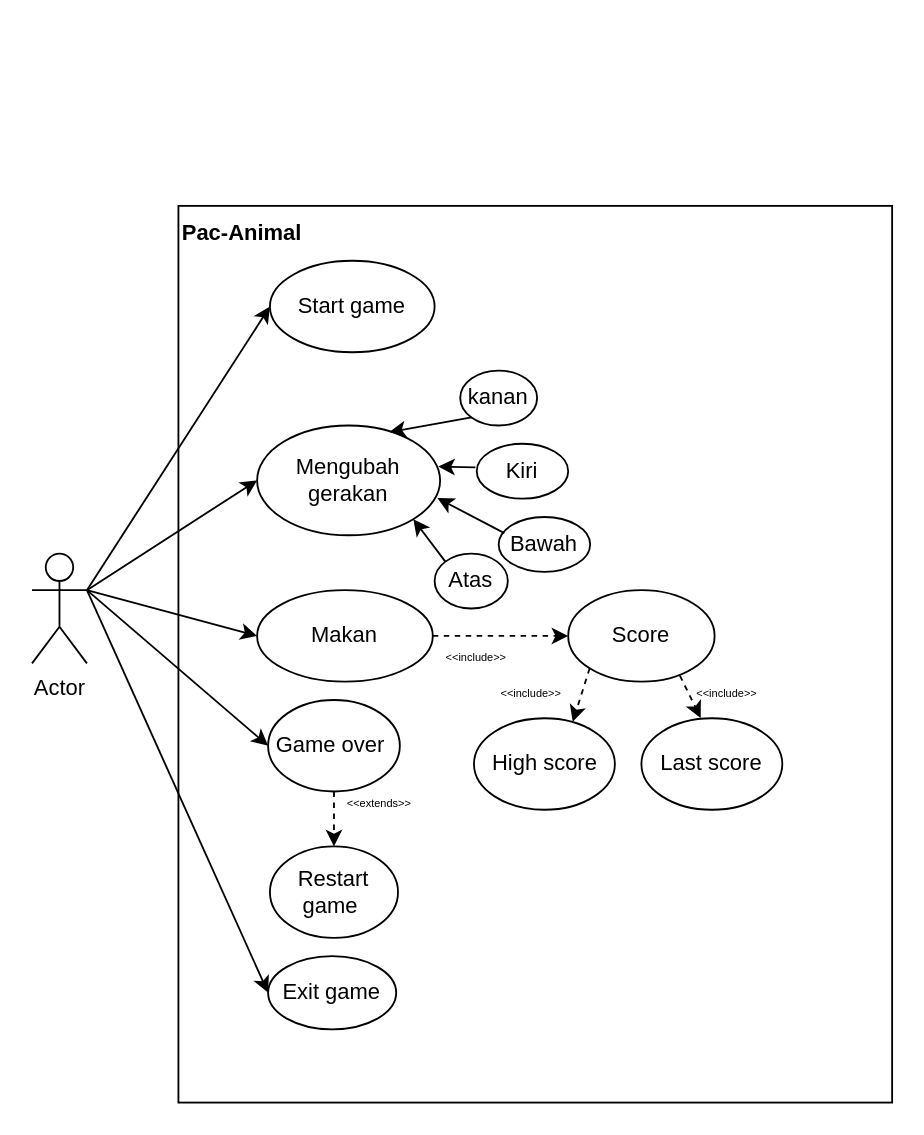
The draw.io diagram page "Halaman-2" (2 of 3) of Diagram Tanpa Judul.drawio in NesyaAllysaPutri/pacbeast1, before the edit. Source tidied: cells renumbered, new cells numbered last; positions are measured from the earlier drawing's top-left corner, leaving out a move shared by most shapes. Both pictures are drawn from the tidied source at 183%, with x=0, y=0 at pixel (31, 205).
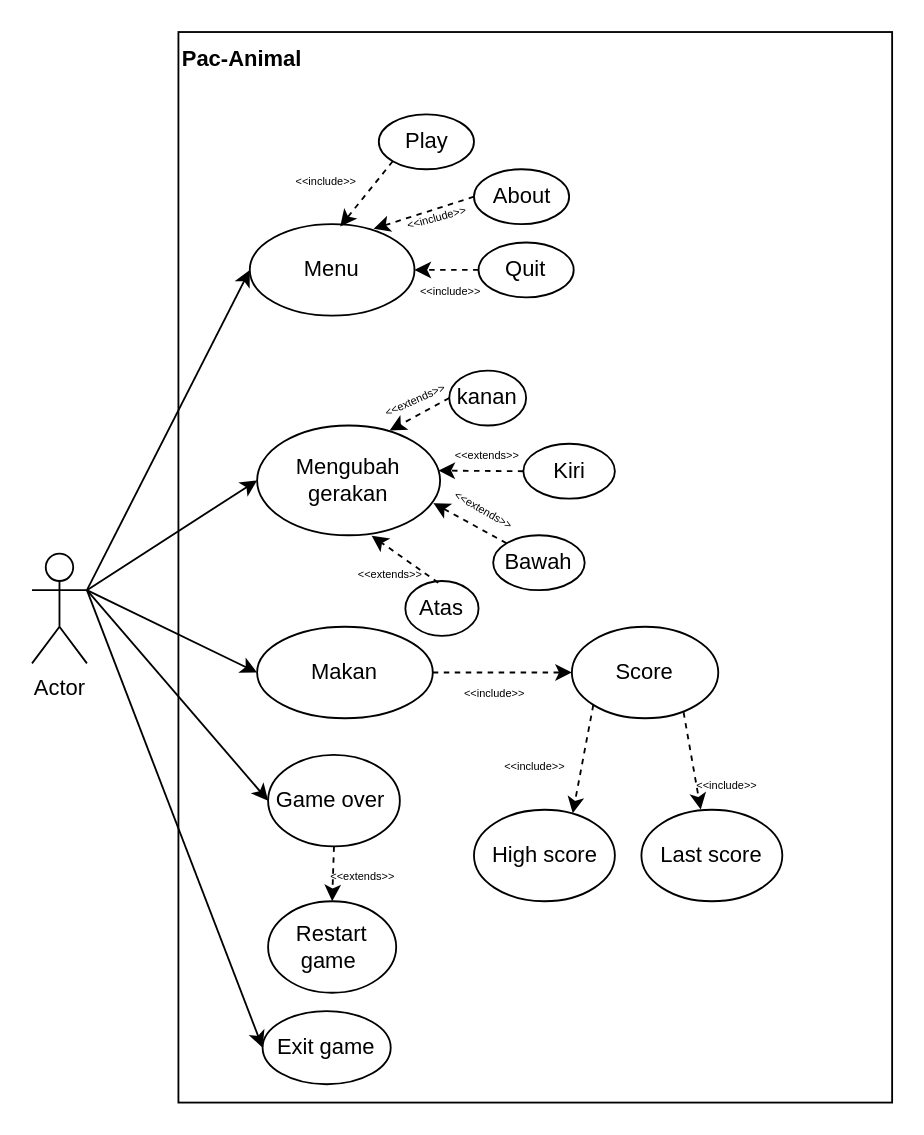
Above is the later version.

Unchanged cells that the change refers to:
```xml
<mxCell id="3" value="Actor" style="shape=umlActor;verticalLabelPosition=bottom;verticalAlign=top;html=1;outlineConnect=0;" parent="1" vertex="1">
  <mxGeometry y="190" width="30" height="60" as="geometry" />
</mxCell>
<mxCell id="7" value="Mengubah gerakan" style="ellipse;whiteSpace=wrap;html=1;" parent="1" vertex="1">
  <mxGeometry x="123" y="120" width="100" height="60" as="geometry" />
</mxCell>
```

Diff of the diagram source:
```diff
@@
     <mxCell id="2" style="rounded=0;whiteSpace=wrap;html=1;" parent="1" vertex="1">
-      <mxGeometry x="80" width="390" height="490" as="geometry" />
+      <mxGeometry x="80" y="-95" width="390" height="585" as="geometry" />
     </mxCell>
@@
     <mxCell id="4" value="kanan" style="ellipse;whiteSpace=wrap;html=1;" parent="1" vertex="1">
-      <mxGeometry x="234" y="90" width="42" height="30" as="geometry" />
+      <mxGeometry x="228" y="90" width="42" height="30" as="geometry" />
     </mxCell>
     <mxCell id="5" value="Makan" style="ellipse;whiteSpace=wrap;html=1;" parent="1" vertex="1">
-      <mxGeometry x="123" y="210" width="96" height="50" as="geometry" />
+      <mxGeometry x="123" y="230" width="96" height="50" as="geometry" />
     </mxCell>
     <mxCell id="6" value="Restart game&amp;nbsp;" style="ellipse;whiteSpace=wrap;html=1;" parent="1" vertex="1">
-      <mxGeometry x="130" y="350" width="70" height="50" as="geometry" />
+      <mxGeometry x="129" y="380" width="70" height="50" as="geometry" />
     </mxCell>
@@
-    <mxCell id="8" value="Start game" style="ellipse;whiteSpace=wrap;html=1;" parent="1" vertex="1">
-      <mxGeometry x="130" y="30" width="90" height="50" as="geometry" />
-    </mxCell>
     <mxCell id="9" value="&lt;div&gt;&lt;span style=&quot;background-color: initial;&quot;&gt;Score&lt;/span&gt;&lt;br&gt;&lt;/div&gt;" style="ellipse;whiteSpace=wrap;html=1;" parent="1" vertex="1">
-      <mxGeometry x="293" y="210" width="80" height="50" as="geometry" />
+      <mxGeometry x="295" y="230" width="80" height="50" as="geometry" />
     </mxCell>
     <mxCell id="10" value="Atas" style="ellipse;whiteSpace=wrap;html=1;" parent="1" vertex="1">
-      <mxGeometry x="220" y="190" width="40" height="30" as="geometry" />
+      <mxGeometry x="204" y="205" width="40" height="30" as="geometry" />
     </mxCell>
     <mxCell id="11" value="Bawah" style="ellipse;whiteSpace=wrap;html=1;" parent="1" vertex="1">
-      <mxGeometry x="255" y="170" width="50" height="30" as="geometry" />
+      <mxGeometry x="252" y="180" width="50" height="30" as="geometry" />
     </mxCell>
     <mxCell id="12" value="Kiri" style="ellipse;whiteSpace=wrap;html=1;" parent="1" vertex="1">
-      <mxGeometry x="243" y="130" width="50" height="30" as="geometry" />
+      <mxGeometry x="268.5" y="130" width="50" height="30" as="geometry" />
     </mxCell>
-    <mxCell id="13" style="endArrow=classic;html=1;rounded=0;entryX=0.722;entryY=0.06;entryDx=0;entryDy=0;entryPerimeter=0;exitX=0;exitY=1;exitDx=0;exitDy=0;" parent="1" edge="1" source="4" target="7">
-      <mxGeometry relative="1" as="geometry" />
-    </mxCell>
-    <mxCell id="14" style="endArrow=classic;html=1;rounded=0;entryX=0.99;entryY=0.374;entryDx=0;entryDy=0;entryPerimeter=0;exitX=-0.014;exitY=0.431;exitDx=0;exitDy=0;exitPerimeter=0;" parent="1" edge="1" source="12" target="7">
-      <mxGeometry relative="1" as="geometry" />
-    </mxCell>
-    <mxCell id="15" style="endArrow=classic;html=1;rounded=0;entryX=0.985;entryY=0.661;entryDx=0;entryDy=0;entryPerimeter=0;exitX=0.062;exitY=0.294;exitDx=0;exitDy=0;exitPerimeter=0;" parent="1" edge="1" source="11" target="7">
-      <mxGeometry relative="1" as="geometry" />
-    </mxCell>
-    <mxCell id="16" style="endArrow=classic;html=1;rounded=0;entryX=1;entryY=1;entryDx=0;entryDy=0;exitX=0;exitY=0;exitDx=0;exitDy=0;" parent="1" edge="1" source="10" target="7">
-      <mxGeometry relative="1" as="geometry" />
-    </mxCell>
@@
-    <mxCell id="18" style="endArrow=classic;html=1;rounded=0;entryX=0;entryY=0.5;entryDx=0;entryDy=0;exitX=1;exitY=0.3333333333333333;exitDx=0;exitDy=0;exitPerimeter=0;" parent="1" edge="1" source="3" target="8">
-      <mxGeometry relative="1" as="geometry" />
-    </mxCell>
     <mxCell id="19" value="Exit game" style="ellipse;whiteSpace=wrap;html=1;" parent="1" vertex="1">
-      <mxGeometry x="129" y="410" width="70" height="40" as="geometry" />
+      <mxGeometry x="126" y="440" width="70" height="40" as="geometry" />
     </mxCell>
@@
     <mxCell id="23" value="&lt;font style=&quot;font-size: 6px;&quot;&gt;&amp;lt;&amp;lt;include&amp;gt;&amp;gt;&lt;/font&gt;" style="text;html=1;align=center;verticalAlign=middle;whiteSpace=wrap;rounded=0;" parent="1" vertex="1">
-      <mxGeometry x="223" y="240" width="40" height="10" as="geometry" />
+      <mxGeometry x="233" y="260" width="40" height="10" as="geometry" />
     </mxCell>
     <mxCell id="24" value="Game over&amp;nbsp;" style="ellipse;whiteSpace=wrap;html=1;" parent="1" vertex="1">
-      <mxGeometry x="129" y="270" width="72" height="50" as="geometry" />
+      <mxGeometry x="129" y="300" width="72" height="50" as="geometry" />
     </mxCell>
@@
     <mxCell id="26" value="&lt;b&gt;Pac-Animal&lt;/b&gt;" style="text;html=1;align=center;verticalAlign=middle;whiteSpace=wrap;rounded=0;" parent="1" vertex="1">
-      <mxGeometry x="80" width="70" height="30" as="geometry" />
+      <mxGeometry x="80" y="-95" width="70" height="30" as="geometry" />
     </mxCell>
     <mxCell id="27" value="High score" style="ellipse;whiteSpace=wrap;html=1;" parent="1" vertex="1">
-      <mxGeometry x="241.5" y="280" width="77" height="50" as="geometry" />
+      <mxGeometry x="241.5" y="330" width="77" height="50" as="geometry" />
     </mxCell>
@@
     <mxCell id="29" value="&lt;font style=&quot;font-size: 6px;&quot;&gt;&amp;lt;&amp;lt;include&amp;gt;&amp;gt;&lt;/font&gt;" style="text;html=1;align=center;verticalAlign=middle;whiteSpace=wrap;rounded=0;" parent="1" vertex="1">
-      <mxGeometry x="360" y="260" width="40" height="10" as="geometry" />
+      <mxGeometry x="360" y="310" width="40" height="10" as="geometry" />
     </mxCell>
     <mxCell id="30" value="Last s&lt;span style=&quot;background-color: initial;&quot;&gt;core&lt;/span&gt;" style="ellipse;whiteSpace=wrap;html=1;" parent="1" vertex="1">
-      <mxGeometry x="333" y="280" width="77" height="50" as="geometry" />
+      <mxGeometry x="333" y="330" width="77" height="50" as="geometry" />
     </mxCell>
@@
     <mxCell id="32" value="&lt;font style=&quot;font-size: 6px;&quot;&gt;&amp;lt;&amp;lt;include&amp;gt;&amp;gt;&lt;/font&gt;" style="text;html=1;align=center;verticalAlign=middle;whiteSpace=wrap;rounded=0;" parent="1" vertex="1">
-      <mxGeometry x="253" y="260" width="40" height="10" as="geometry" />
+      <mxGeometry x="255" y="300" width="40" height="10" as="geometry" />
     </mxCell>
@@
     <mxCell id="34" value="&lt;font style=&quot;font-size: 6px;&quot;&gt;&amp;lt;&amp;lt;extends&amp;gt;&amp;gt;&lt;/font&gt;" style="text;html=1;align=center;verticalAlign=middle;whiteSpace=wrap;rounded=0;" parent="1" vertex="1">
-      <mxGeometry x="170" y="320" width="40" height="10" as="geometry" />
+      <mxGeometry x="161" y="360" width="40" height="10" as="geometry" />
     </mxCell>
+    <mxCell id="35" value="Menu" style="ellipse;whiteSpace=wrap;html=1;" parent="1" vertex="1">
+      <mxGeometry x="119" y="10" width="90" height="50" as="geometry" />
+    </mxCell>
+    <mxCell id="36" style="endArrow=classic;html=1;rounded=0;entryX=0;entryY=0.5;entryDx=0;entryDy=0;" parent="1" edge="1" target="35">
+      <mxGeometry relative="1" as="geometry">
+        <mxPoint x="30" y="210" as="sourcePoint" />
+      </mxGeometry>
+    </mxCell>
+    <mxCell id="37" value="Play" style="ellipse;whiteSpace=wrap;html=1;" parent="1" vertex="1">
+      <mxGeometry x="189.5" y="-50" width="52" height="30" as="geometry" />
+    </mxCell>
+    <mxCell id="38" value="About" style="ellipse;whiteSpace=wrap;html=1;" parent="1" vertex="1">
+      <mxGeometry x="241.5" y="-20" width="52" height="30" as="geometry" />
+    </mxCell>
+    <mxCell id="39" value="Quit" style="ellipse;whiteSpace=wrap;html=1;" parent="1" vertex="1">
+      <mxGeometry x="244" y="20" width="52" height="30" as="geometry" />
+    </mxCell>
+    <mxCell id="40" style="endArrow=classic;html=1;rounded=0;dashed=1;entryX=1;entryY=0.5;entryDx=0;entryDy=0;exitX=0;exitY=0.5;exitDx=0;exitDy=0;" parent="1" edge="1" source="39" target="35">
+      <mxGeometry relative="1" as="geometry" />
+    </mxCell>
+    <mxCell id="41" style="endArrow=classic;html=1;rounded=0;dashed=1;entryX=0.752;entryY=0.051;entryDx=0;entryDy=0;exitX=0;exitY=0.5;exitDx=0;exitDy=0;entryPerimeter=0;" parent="1" edge="1" source="38" target="35">
+      <mxGeometry relative="1" as="geometry" />
+    </mxCell>
+    <mxCell id="42" style="endArrow=classic;html=1;rounded=0;dashed=1;entryX=0.549;entryY=0.025;entryDx=0;entryDy=0;exitX=0;exitY=1;exitDx=0;exitDy=0;entryPerimeter=0;" parent="1" edge="1" source="37" target="35">
+      <mxGeometry relative="1" as="geometry" />
+    </mxCell>
+    <mxCell id="43" value="&lt;font style=&quot;font-size: 6px;&quot;&gt;&amp;lt;&amp;lt;include&amp;gt;&amp;gt;&lt;/font&gt;" style="text;html=1;align=center;verticalAlign=middle;whiteSpace=wrap;rounded=0;" parent="1" vertex="1">
+      <mxGeometry x="209" y="40" width="40" height="10" as="geometry" />
+    </mxCell>
+    <mxCell id="44" value="&lt;font style=&quot;font-size: 6px;&quot;&gt;&amp;lt;&amp;lt;include&amp;gt;&amp;gt;&lt;/font&gt;" style="text;html=1;align=center;verticalAlign=middle;whiteSpace=wrap;rounded=0;rotation=-15;" parent="1" vertex="1">
+      <mxGeometry x="201" width="40" height="10" as="geometry" />
+    </mxCell>
+    <mxCell id="45" value="&lt;font style=&quot;font-size: 6px;&quot;&gt;&amp;lt;&amp;lt;include&amp;gt;&amp;gt;&lt;/font&gt;" style="text;html=1;align=center;verticalAlign=middle;whiteSpace=wrap;rounded=0;" parent="1" vertex="1">
+      <mxGeometry x="141" y="-20" width="40" height="10" as="geometry" />
+    </mxCell>
+    <mxCell id="13" style="endArrow=classic;html=1;rounded=0;dashed=1;entryX=0.724;entryY=0.045;entryDx=0;entryDy=0;exitX=0;exitY=0.5;exitDx=0;exitDy=0;entryPerimeter=0;" parent="1" edge="1" source="4" target="7">
+      <mxGeometry relative="1" as="geometry" />
+    </mxCell>
+    <mxCell id="14" style="endArrow=classic;html=1;rounded=0;dashed=1;entryX=0.991;entryY=0.411;entryDx=0;entryDy=0;exitX=0;exitY=0.5;exitDx=0;exitDy=0;entryPerimeter=0;" parent="1" edge="1" source="12" target="7">
+      <mxGeometry relative="1" as="geometry" />
+    </mxCell>
+    <mxCell id="15" style="endArrow=classic;html=1;rounded=0;dashed=1;entryX=0.963;entryY=0.707;entryDx=0;entryDy=0;exitX=0;exitY=0;exitDx=0;exitDy=0;entryPerimeter=0;" parent="1" edge="1" source="11" target="7">
+      <mxGeometry relative="1" as="geometry" />
+    </mxCell>
+    <mxCell id="16" style="endArrow=classic;html=1;rounded=0;dashed=1;entryX=0.626;entryY=1.004;entryDx=0;entryDy=0;exitX=0.449;exitY=0.03;exitDx=0;exitDy=0;entryPerimeter=0;exitPerimeter=0;" parent="1" edge="1" source="10" target="7">
+      <mxGeometry relative="1" as="geometry" />
+    </mxCell>
+    <mxCell id="46" style="edgeStyle=orthogonalEdgeStyle;rounded=0;orthogonalLoop=1;jettySize=auto;html=1;exitX=0.5;exitY=1;exitDx=0;exitDy=0;" parent="1" edge="1" source="11" target="11">
+      <mxGeometry relative="1" as="geometry" />
+    </mxCell>
+    <mxCell id="47" value="&lt;font style=&quot;font-size: 6px;&quot;&gt;&amp;lt;&amp;lt;extends&amp;gt;&amp;gt;&lt;/font&gt;" style="text;html=1;align=center;verticalAlign=middle;whiteSpace=wrap;rounded=0;" parent="1" vertex="1">
+      <mxGeometry x="176" y="195" width="40" height="10" as="geometry" />
+    </mxCell>
+    <mxCell id="48" value="&lt;font style=&quot;font-size: 6px;&quot;&gt;&amp;lt;&amp;lt;extends&amp;gt;&amp;gt;&lt;/font&gt;" style="text;html=1;align=center;verticalAlign=middle;whiteSpace=wrap;rounded=0;rotation=30;" parent="1" vertex="1">
+      <mxGeometry x="228" y="160" width="40" height="10" as="geometry" />
+    </mxCell>
+    <mxCell id="49" value="&lt;font style=&quot;font-size: 6px;&quot;&gt;&amp;lt;&amp;lt;extends&amp;gt;&amp;gt;&lt;/font&gt;" style="text;html=1;align=center;verticalAlign=middle;whiteSpace=wrap;rounded=0;" parent="1" vertex="1">
+      <mxGeometry x="228.5" y="130" width="40" height="10" as="geometry" />
+    </mxCell>
+    <mxCell id="50" value="&lt;font style=&quot;font-size: 6px;&quot;&gt;&amp;lt;&amp;lt;extends&amp;gt;&amp;gt;&lt;/font&gt;" style="text;html=1;align=center;verticalAlign=middle;whiteSpace=wrap;rounded=0;rotation=-24;" parent="1" vertex="1">
+      <mxGeometry x="188.5" y="100" width="40" height="10" as="geometry" />
+    </mxCell>
```
